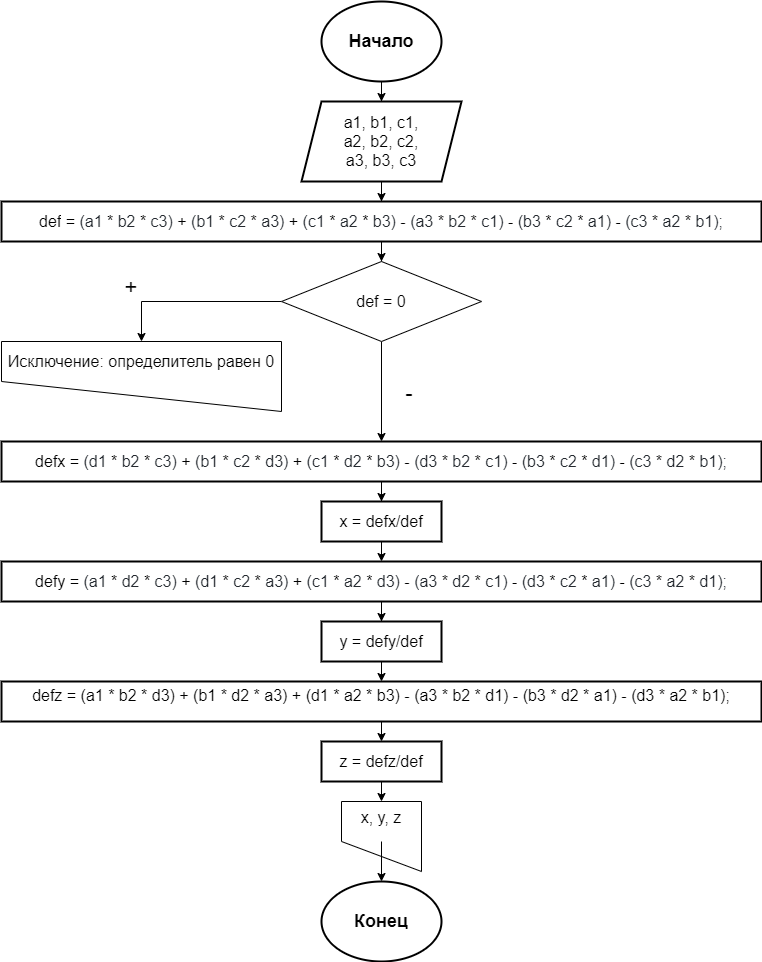
This is Lab1/Lab1.9/Lab1.9.drawio.png from ga1kokuj1n/Lab1, a draw.io export, as it was before one commit. Source tidied: cells renumbered, new cells last; positions are measured from the earlier drawing's top-left corner, leaving out a move shared by most shapes.
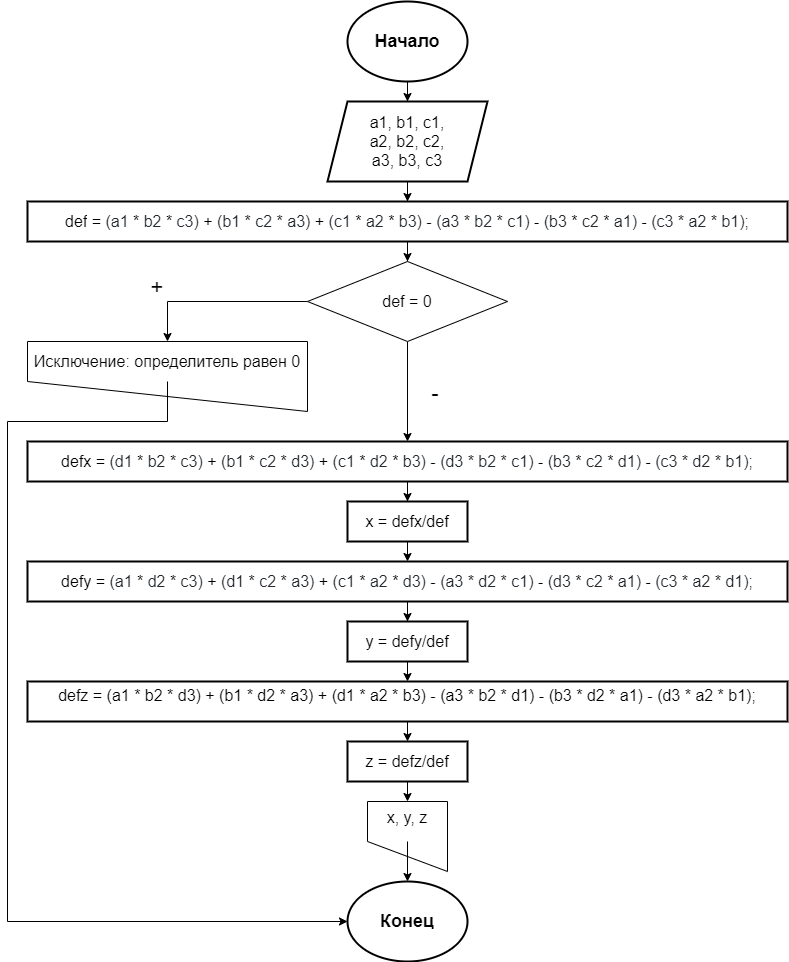
The same file after the commit.

What changed in the source:
```diff
@@ -95,5 +95,14 @@
     <mxCell id="32" value="&lt;font style=&quot;font-size: 22px&quot;&gt;-&lt;/font&gt;" style="whiteSpace=wrap;html=1;fontSize=19;strokeWidth=2;fillColor=none;strokeColor=none;" parent="1" vertex="1">
       <mxGeometry x="368" y="352" width="80" height="80" as="geometry" />
     </mxCell>
+    <mxCell id="33" style="edgeStyle=orthogonalEdgeStyle;rounded=0;jettySize=auto;html=1;exitX=0.5;exitY=1;exitDx=0;exitDy=0;entryX=0;entryY=0.5;entryDx=0;entryDy=0;fontSize=16;fontColor=default;" parent="1" edge="1" source="13" target="29">
+      <mxGeometry relative="1" as="geometry">
+        <Array as="points">
+          <mxPoint x="140" y="420" />
+          <mxPoint x="-20" y="420" />
+          <mxPoint x="-20" y="920" />
+        </Array>
+      </mxGeometry>
+    </mxCell>
   </root>
 </mxGraphModel>
```
